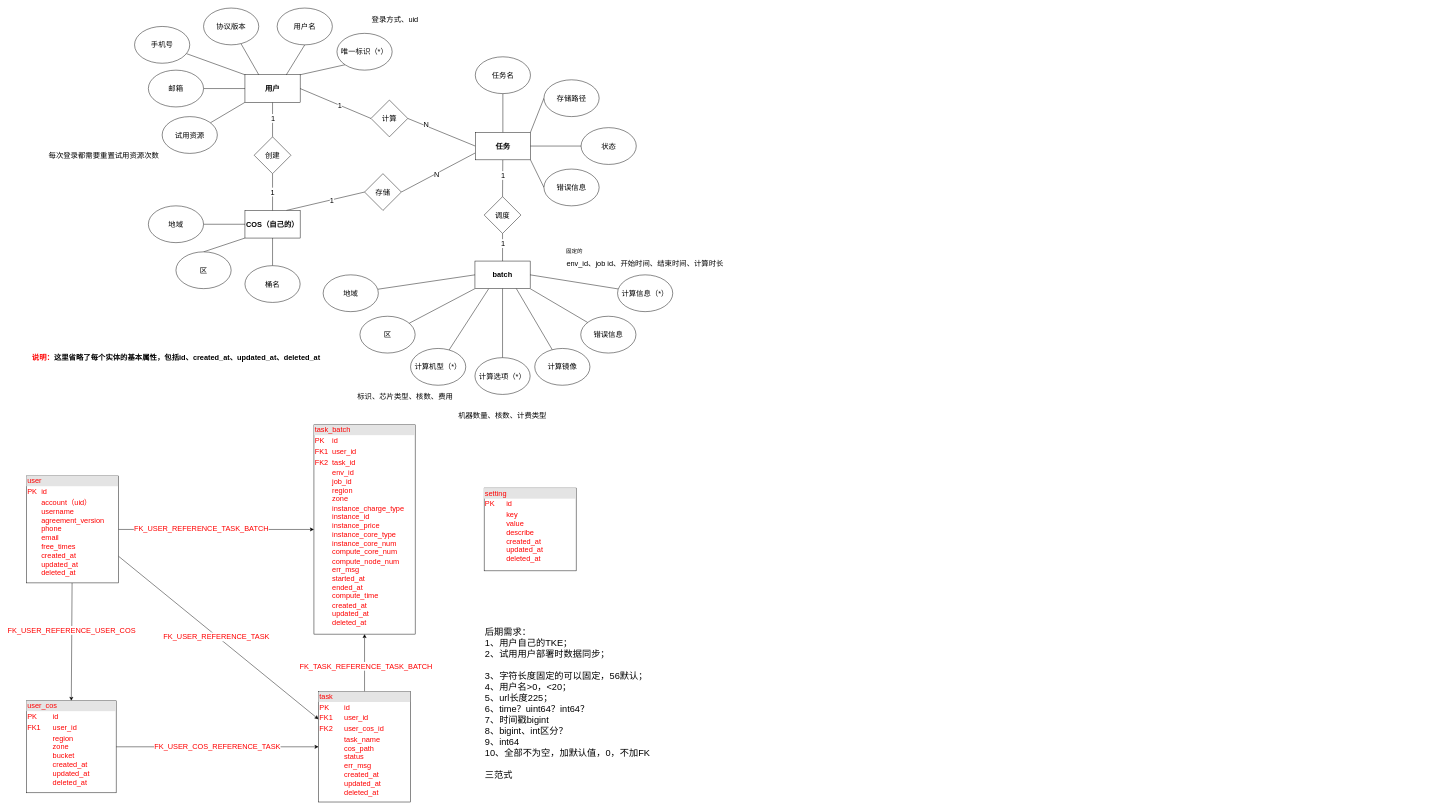
Earlier version of the draw.io diagram page "数据库设计" (2 of 2) of draft/mutfold/Untitled Diagram.drawio (mattshhuang/draw-io). Source tidied: cells renumbered, new cells numbered last; positions are measured from the earlier drawing's top-left corner, leaving out a move shared by most shapes. Both pictures are drawn from the tidied source at 46%, with x=0, y=0 at pixel (26, 8).
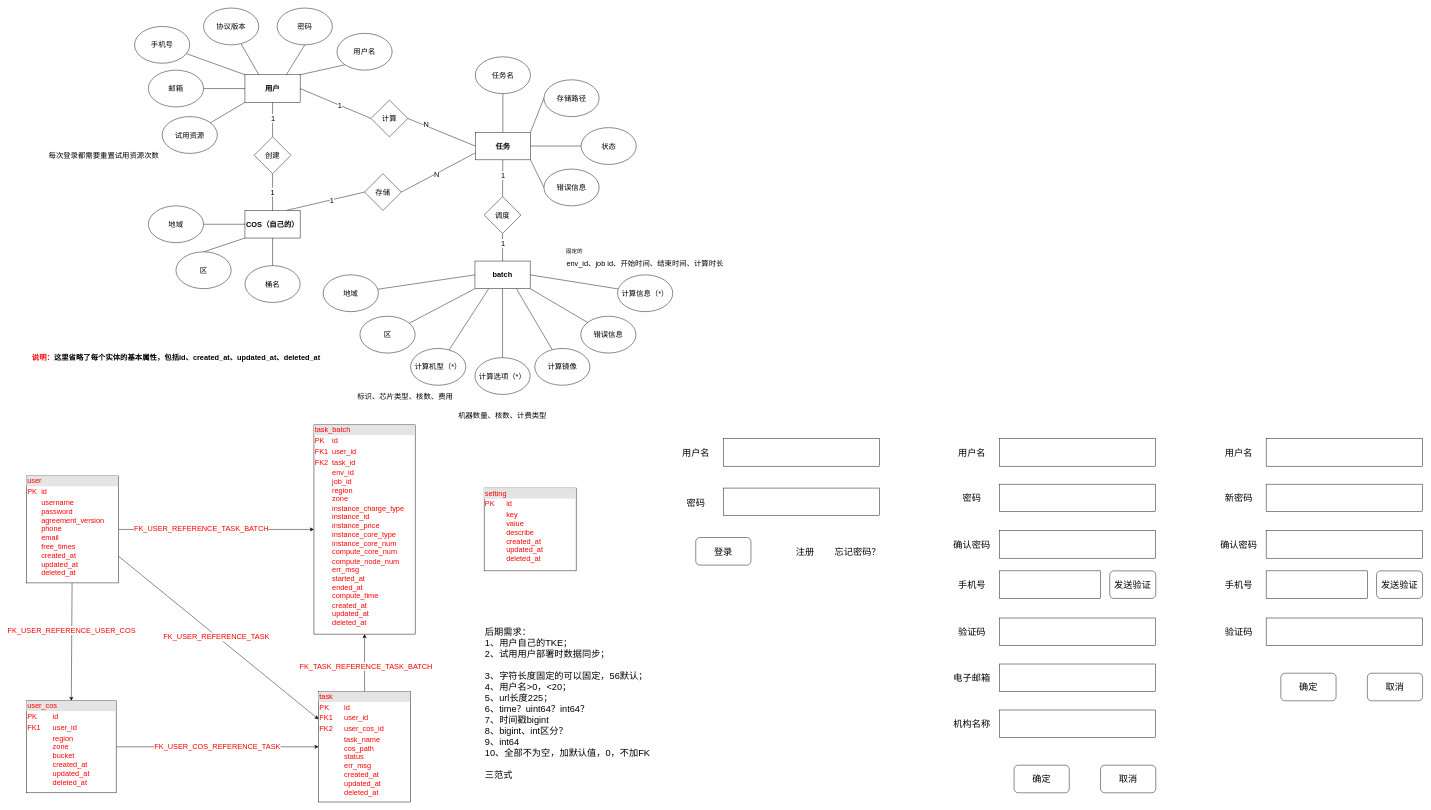
The same page after the edit.

What changed in the source:
```diff
@@
-    <mxCell id="19" value="用户名" style="ellipse;whiteSpace=wrap;html=1;fontSize=16;" parent="1" vertex="1">
+    <mxCell id="19" value="密码" style="ellipse;whiteSpace=wrap;html=1;fontSize=16;" parent="1" vertex="1">
       <mxGeometry x="545" width="120" height="80" as="geometry" />
     </mxCell>
@@
-    <mxCell id="21" value="唯一标识（*）" style="ellipse;whiteSpace=wrap;html=1;fontSize=16;" parent="1" vertex="1">
+    <mxCell id="21" value="用户名" style="ellipse;whiteSpace=wrap;html=1;fontSize=16;" parent="1" vertex="1">
       <mxGeometry x="675" y="55" width="120" height="80" as="geometry" />
     </mxCell>
@@
-    <mxCell id="67" value="登录方式、uid" style="text;html=1;strokeColor=none;fillColor=none;align=center;verticalAlign=middle;whiteSpace=wrap;rounded=0;fontSize=16;" parent="1" vertex="1">
-      <mxGeometry x="695" y="10" width="213" height="30" as="geometry" />
-    </mxCell>
@@
-    <mxCell id="74" value="&lt;div style=&quot;box-sizing: border-box ; width: 100% ; background: #e4e4e4 ; padding: 2px&quot;&gt;user&lt;/div&gt;&lt;table style=&quot;width: 100% ; font-size: 1em&quot; cellpadding=&quot;2&quot; cellspacing=&quot;0&quot;&gt;&lt;tbody&gt;&lt;tr&gt;&lt;td&gt;PK&lt;/td&gt;&lt;td&gt;id&lt;/td&gt;&lt;/tr&gt;&lt;tr&gt;&lt;td&gt;&lt;/td&gt;&lt;td&gt;account（uid）&lt;br&gt;username&lt;br&gt;agreement_version&lt;br&gt;phone&lt;br&gt;email&lt;br&gt;free_times&lt;br&gt;created_at&lt;br&gt;updated_at&lt;br&gt;deleted_at&lt;/td&gt;&lt;/tr&gt;&lt;/tbody&gt;&lt;/table&gt;" style="verticalAlign=top;align=left;overflow=fill;html=1;fontSize=16;fontColor=#FF0000;" parent="1" vertex="1">
+    <mxCell id="74" value="&lt;div style=&quot;box-sizing: border-box ; width: 100% ; background: #e4e4e4 ; padding: 2px&quot;&gt;user&lt;/div&gt;&lt;table style=&quot;width: 100% ; font-size: 1em&quot; cellpadding=&quot;2&quot; cellspacing=&quot;0&quot;&gt;&lt;tbody&gt;&lt;tr&gt;&lt;td&gt;PK&lt;/td&gt;&lt;td&gt;id&lt;/td&gt;&lt;/tr&gt;&lt;tr&gt;&lt;td&gt;&lt;/td&gt;&lt;td&gt;username&lt;br&gt;password&lt;br&gt;agreement_version&lt;br&gt;phone&lt;br&gt;email&lt;br&gt;free_times&lt;br&gt;created_at&lt;br&gt;updated_at&lt;br&gt;deleted_at&lt;/td&gt;&lt;/tr&gt;&lt;/tbody&gt;&lt;/table&gt;" style="verticalAlign=top;align=left;overflow=fill;html=1;fontSize=16;fontColor=#FF0000;" parent="1" vertex="1">
       <mxGeometry y="1017.2" width="200" height="232.5" as="geometry" />
     </mxCell>
@@
+    <mxCell id="87" style="rounded=0;whiteSpace=wrap;html=1;fontSize=20;" parent="1" vertex="1">
+      <mxGeometry x="1515" y="936" width="340" height="60" as="geometry" />
+    </mxCell>
+    <mxCell id="88" value="用户名" style="text;html=1;align=center;verticalAlign=middle;strokeColor=none;fillColor=none;fontSize=20;" parent="1" vertex="1">
+      <mxGeometry x="1415" y="951" width="80" height="30" as="geometry" />
+    </mxCell>
+    <mxCell id="89" style="rounded=0;whiteSpace=wrap;html=1;fontSize=20;" parent="1" vertex="1">
+      <mxGeometry x="1515" y="1043.5" width="340" height="60" as="geometry" />
+    </mxCell>
+    <mxCell id="90" value="密码" style="text;html=1;align=center;verticalAlign=middle;strokeColor=none;fillColor=none;fontSize=20;" parent="1" vertex="1">
+      <mxGeometry x="1425" y="1058.5" width="60" height="30" as="geometry" />
+    </mxCell>
+    <mxCell id="91" value="注册&amp;nbsp; &amp;nbsp; &amp;nbsp; &amp;nbsp; 忘记密码？" style="text;html=1;strokeColor=none;fillColor=none;align=center;verticalAlign=middle;whiteSpace=wrap;rounded=0;fontSize=20;" parent="1" vertex="1">
+      <mxGeometry x="1650" y="1166" width="230" height="30" as="geometry" />
+    </mxCell>
+    <mxCell id="92" value="登录" style="rounded=1;whiteSpace=wrap;html=1;fontSize=20;" parent="1" vertex="1">
+      <mxGeometry x="1455" y="1151" width="120" height="60" as="geometry" />
+    </mxCell>
+    <mxCell id="93" style="rounded=0;whiteSpace=wrap;html=1;fontSize=20;" parent="1" vertex="1">
+      <mxGeometry x="2115" y="936" width="340" height="60" as="geometry" />
+    </mxCell>
+    <mxCell id="94" value="用户名" style="text;html=1;align=center;verticalAlign=middle;strokeColor=none;fillColor=none;fontSize=20;" parent="1" vertex="1">
+      <mxGeometry x="2015" y="951" width="80" height="30" as="geometry" />
+    </mxCell>
+    <mxCell id="95" style="rounded=0;whiteSpace=wrap;html=1;fontSize=20;" parent="1" vertex="1">
+      <mxGeometry x="2115" y="1035" width="340" height="60" as="geometry" />
+    </mxCell>
+    <mxCell id="96" value="密码" style="text;html=1;align=center;verticalAlign=middle;strokeColor=none;fillColor=none;fontSize=20;" parent="1" vertex="1">
+      <mxGeometry x="2025" y="1050" width="60" height="30" as="geometry" />
+    </mxCell>
+    <mxCell id="97" style="rounded=0;whiteSpace=wrap;html=1;fontSize=20;" parent="1" vertex="1">
+      <mxGeometry x="2115" y="1223.5" width="220" height="60" as="geometry" />
+    </mxCell>
+    <mxCell id="98" value="手机号" style="text;html=1;align=center;verticalAlign=middle;strokeColor=none;fillColor=none;fontSize=20;" parent="1" vertex="1">
+      <mxGeometry x="2015" y="1238.5" width="80" height="30" as="geometry" />
+    </mxCell>
+    <mxCell id="99" style="rounded=0;whiteSpace=wrap;html=1;fontSize=20;" parent="1" vertex="1">
+      <mxGeometry x="2115" y="1136" width="340" height="60" as="geometry" />
+    </mxCell>
+    <mxCell id="100" value="确认密码" style="text;html=1;align=center;verticalAlign=middle;strokeColor=none;fillColor=none;fontSize=20;" parent="1" vertex="1">
+      <mxGeometry x="2005" y="1151" width="100" height="30" as="geometry" />
+    </mxCell>
+    <mxCell id="101" style="rounded=0;whiteSpace=wrap;html=1;fontSize=20;" parent="1" vertex="1">
+      <mxGeometry x="2115" y="1326" width="340" height="60" as="geometry" />
+    </mxCell>
+    <mxCell id="102" value="验证码" style="text;html=1;align=center;verticalAlign=middle;strokeColor=none;fillColor=none;fontSize=20;" parent="1" vertex="1">
+      <mxGeometry x="2015" y="1341" width="80" height="30" as="geometry" />
+    </mxCell>
+    <mxCell id="103" style="rounded=0;whiteSpace=wrap;html=1;fontSize=20;" parent="1" vertex="1">
+      <mxGeometry x="2115" y="1526" width="340" height="60" as="geometry" />
+    </mxCell>
+    <mxCell id="104" value="机构名称" style="text;html=1;align=center;verticalAlign=middle;strokeColor=none;fillColor=none;fontSize=20;" parent="1" vertex="1">
+      <mxGeometry x="2005" y="1541" width="100" height="30" as="geometry" />
+    </mxCell>
+    <mxCell id="105" style="rounded=0;whiteSpace=wrap;html=1;fontSize=20;" parent="1" vertex="1">
+      <mxGeometry x="2115" y="1426" width="340" height="60" as="geometry" />
+    </mxCell>
+    <mxCell id="106" value="电子邮箱" style="text;html=1;align=center;verticalAlign=middle;strokeColor=none;fillColor=none;fontSize=20;" parent="1" vertex="1">
+      <mxGeometry x="2005" y="1441" width="100" height="30" as="geometry" />
+    </mxCell>
+    <mxCell id="107" value="发送验证" style="rounded=1;whiteSpace=wrap;html=1;fontSize=20;" parent="1" vertex="1">
+      <mxGeometry x="2355" y="1223.5" width="100" height="60" as="geometry" />
+    </mxCell>
+    <mxCell id="108" style="rounded=0;whiteSpace=wrap;html=1;fontSize=20;" parent="1" vertex="1">
+      <mxGeometry x="2695" y="936" width="340" height="60" as="geometry" />
+    </mxCell>
+    <mxCell id="109" value="用户名" style="text;html=1;align=center;verticalAlign=middle;strokeColor=none;fillColor=none;fontSize=20;" parent="1" vertex="1">
+      <mxGeometry x="2595" y="951" width="80" height="30" as="geometry" />
+    </mxCell>
+    <mxCell id="110" style="rounded=0;whiteSpace=wrap;html=1;fontSize=20;" parent="1" vertex="1">
+      <mxGeometry x="2695" y="1035" width="340" height="60" as="geometry" />
+    </mxCell>
+    <mxCell id="111" value="新密码" style="text;html=1;align=center;verticalAlign=middle;strokeColor=none;fillColor=none;fontSize=20;" parent="1" vertex="1">
+      <mxGeometry x="2595" y="1050" width="80" height="30" as="geometry" />
+    </mxCell>
+    <mxCell id="112" style="rounded=0;whiteSpace=wrap;html=1;fontSize=20;" parent="1" vertex="1">
+      <mxGeometry x="2695" y="1223.5" width="220" height="60" as="geometry" />
+    </mxCell>
+    <mxCell id="113" value="手机号" style="text;html=1;align=center;verticalAlign=middle;strokeColor=none;fillColor=none;fontSize=20;" parent="1" vertex="1">
+      <mxGeometry x="2595" y="1238.5" width="80" height="30" as="geometry" />
+    </mxCell>
+    <mxCell id="114" style="rounded=0;whiteSpace=wrap;html=1;fontSize=20;" parent="1" vertex="1">
+      <mxGeometry x="2695" y="1136" width="340" height="60" as="geometry" />
+    </mxCell>
+    <mxCell id="115" value="确认密码" style="text;html=1;align=center;verticalAlign=middle;strokeColor=none;fillColor=none;fontSize=20;" parent="1" vertex="1">
+      <mxGeometry x="2585" y="1151" width="100" height="30" as="geometry" />
+    </mxCell>
+    <mxCell id="116" style="rounded=0;whiteSpace=wrap;html=1;fontSize=20;" parent="1" vertex="1">
+      <mxGeometry x="2695" y="1326" width="340" height="60" as="geometry" />
+    </mxCell>
+    <mxCell id="117" value="验证码" style="text;html=1;align=center;verticalAlign=middle;strokeColor=none;fillColor=none;fontSize=20;" parent="1" vertex="1">
+      <mxGeometry x="2595" y="1341" width="80" height="30" as="geometry" />
+    </mxCell>
+    <mxCell id="118" value="发送验证" style="rounded=1;whiteSpace=wrap;html=1;fontSize=20;" parent="1" vertex="1">
+      <mxGeometry x="2935" y="1223.5" width="100" height="60" as="geometry" />
+    </mxCell>
+    <mxCell id="119" value="确定" style="rounded=1;whiteSpace=wrap;html=1;fontSize=20;" parent="1" vertex="1">
+      <mxGeometry x="2147" y="1646" width="120" height="60" as="geometry" />
+    </mxCell>
+    <mxCell id="120" value="取消" style="rounded=1;whiteSpace=wrap;html=1;fontSize=20;" parent="1" vertex="1">
+      <mxGeometry x="2335" y="1646" width="120" height="60" as="geometry" />
+    </mxCell>
+    <mxCell id="121" value="确定" style="rounded=1;whiteSpace=wrap;html=1;fontSize=20;" parent="1" vertex="1">
+      <mxGeometry x="2727" y="1446" width="120" height="60" as="geometry" />
+    </mxCell>
+    <mxCell id="122" value="取消" style="rounded=1;whiteSpace=wrap;html=1;fontSize=20;" parent="1" vertex="1">
+      <mxGeometry x="2915" y="1446" width="120" height="60" as="geometry" />
+    </mxCell>
```
